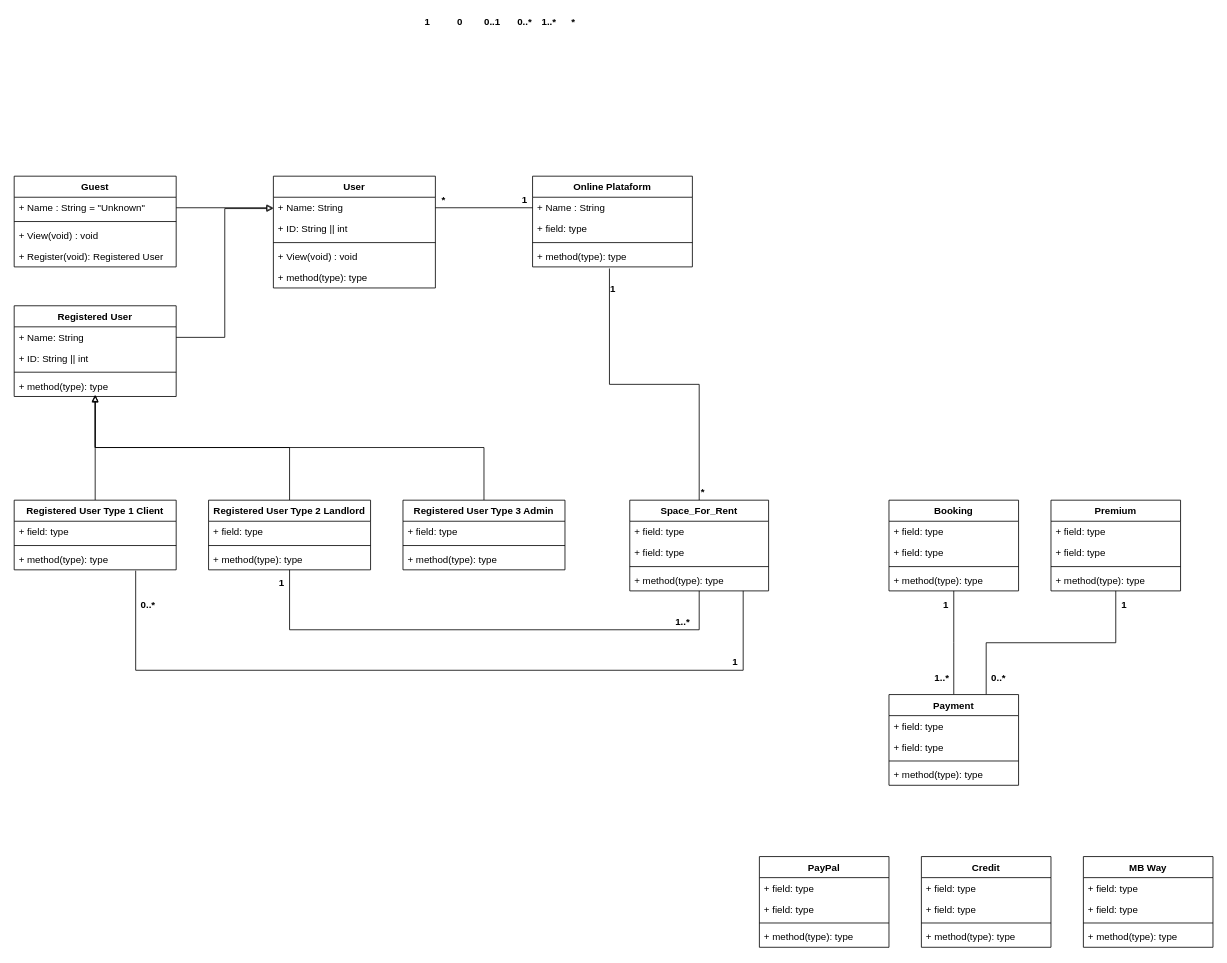
DavidAraujo98/CoworkClub keeps this draw.io diagram as page "Class Diagram" (3 of 3) of documentation/elaboration/models - Copy.drawio. Above is the earlier version. Source tidied: cells renumbered, new cells numbered last; positions are measured from the earlier drawing's top-left corner, leaving out a move shared by most shapes. Both pictures are drawn from the tidied source at 81%, with x=0, y=0 at pixel (14, 14).
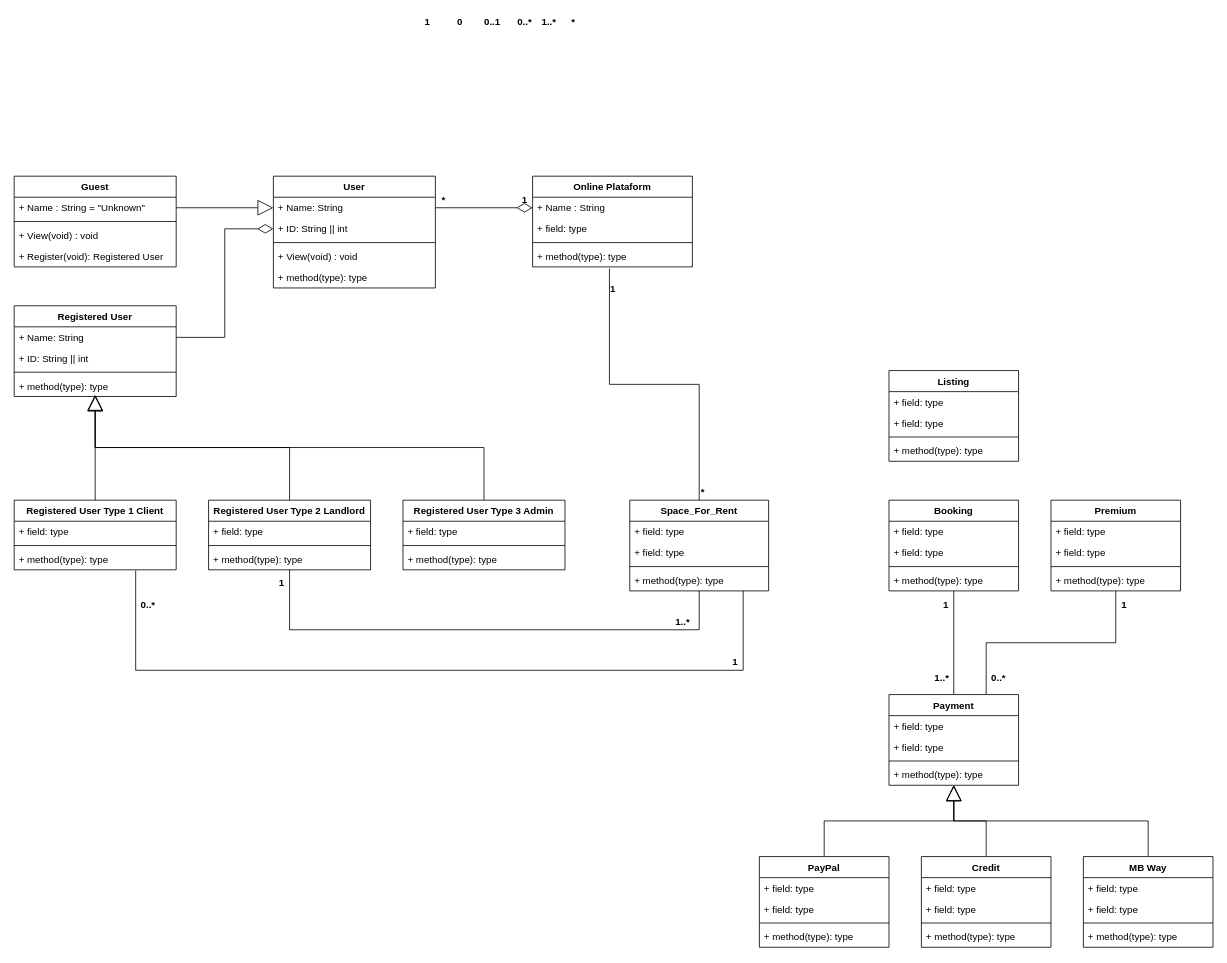
After the change.

The change refers to these unchanged cells:
```xml
<mxCell id="4" value="+ Name: String" style="text;strokeColor=none;fillColor=none;align=left;verticalAlign=top;spacingLeft=4;spacingRight=4;overflow=hidden;points=[[0,0.5],[1,0.5]];portConstraint=eastwest;" parent="3" vertex="1">
  <mxGeometry y="26" width="200" height="26" as="geometry" />
</mxCell>
<mxCell id="5" value="+ ID: String || int" style="text;strokeColor=none;fillColor=none;align=left;verticalAlign=top;spacingLeft=4;spacingRight=4;overflow=hidden;points=[[0,0.5],[1,0.5]];portConstraint=eastwest;" parent="3" vertex="1">
  <mxGeometry y="52" width="200" height="26" as="geometry" />
</mxCell>
<mxCell id="10" value="+ Name : String = &quot;Unknown&quot;" style="text;strokeColor=none;fillColor=none;align=left;verticalAlign=top;spacingLeft=4;spacingRight=4;overflow=hidden;points=[[0,0.5],[1,0.5]];portConstraint=eastwest;" parent="9" vertex="1">
  <mxGeometry y="26" width="200" height="26" as="geometry" />
</mxCell>
<mxCell id="16" value="+ Name: String" style="text;strokeColor=none;fillColor=none;align=left;verticalAlign=top;spacingLeft=4;spacingRight=4;overflow=hidden;points=[[0,0.5],[1,0.5]];portConstraint=eastwest;" parent="15" vertex="1">
  <mxGeometry y="26" width="200" height="26" as="geometry" />
</mxCell>
<mxCell id="19" value="+ method(type): type" style="text;strokeColor=none;fillColor=none;align=left;verticalAlign=top;spacingLeft=4;spacingRight=4;overflow=hidden;points=[[0,0.5],[1,0.5]];portConstraint=eastwest;" parent="15" vertex="1">
  <mxGeometry y="86" width="200" height="26" as="geometry" />
</mxCell>
<mxCell id="21" value="+ Name : String" style="text;strokeColor=none;fillColor=none;align=left;verticalAlign=top;spacingLeft=4;spacingRight=4;overflow=hidden;points=[[0,0.5],[1,0.5]];portConstraint=eastwest;" parent="20" vertex="1">
  <mxGeometry y="26" width="197.3" height="26" as="geometry" />
</mxCell>
<mxCell id="32" value="Registered User Type 1 Client" style="swimlane;fontStyle=1;align=center;verticalAlign=top;horizontal=1;startSize=26;" parent="1" vertex="1">
  <mxGeometry y="600" width="200" height="86" as="geometry" />
</mxCell>
<mxCell id="37" value="Registered User Type 2 Landlord" style="swimlane;fontStyle=1;align=center;verticalAlign=top;horizontal=1;startSize=26;" parent="1" vertex="1">
  <mxGeometry x="240" y="600" width="200" height="86" as="geometry" />
</mxCell>
<mxCell id="42" value="Registered User Type 3 Admin" style="swimlane;fontStyle=1;align=center;verticalAlign=top;horizontal=1;startSize=26;" parent="1" vertex="1">
  <mxGeometry x="480" y="600" width="200" height="86" as="geometry" />
</mxCell>
<mxCell id="52" value="+ method(type): type" style="text;strokeColor=none;fillColor=none;align=left;verticalAlign=top;spacingLeft=4;spacingRight=4;overflow=hidden;points=[[0,0.5],[1,0.5]];portConstraint=eastwest;" parent="48" vertex="1">
  <mxGeometry y="86" width="160" height="26" as="geometry" />
</mxCell>
<mxCell id="85" value="PayPal" style="swimlane;fontStyle=1;align=center;verticalAlign=top;horizontal=1;startSize=26;" parent="1" vertex="1">
  <mxGeometry x="920" y="1040" width="160" height="112" as="geometry" />
</mxCell>
<mxCell id="90" value="Credit" style="swimlane;fontStyle=1;align=center;verticalAlign=top;horizontal=1;startSize=26;" parent="1" vertex="1">
  <mxGeometry x="1120" y="1040" width="160" height="112" as="geometry" />
</mxCell>
<mxCell id="95" value="MB Way" style="swimlane;fontStyle=1;align=center;verticalAlign=top;horizontal=1;startSize=26;" parent="1" vertex="1">
  <mxGeometry x="1320" y="1040" width="160" height="112" as="geometry" />
</mxCell>
```

Change to the diagram source:
```diff
@@
-    <mxCell id="31" style="edgeStyle=elbowEdgeStyle;rounded=0;jettySize=auto;elbow=vertical;html=1;exitX=0.5;exitY=0;exitDx=0;exitDy=0;entryX=0.5;entryY=0.962;entryDx=0;entryDy=0;entryPerimeter=0;endArrow=block;endFill=0;" parent="1" edge="1" source="32" target="19">
+    <mxCell id="31" style="edgeStyle=elbowEdgeStyle;rounded=0;jettySize=auto;elbow=vertical;html=1;exitX=0.5;exitY=0;exitDx=0;exitDy=0;entryX=0.5;entryY=0.962;entryDx=0;entryDy=0;entryPerimeter=0;endArrow=block;endFill=0;endSize=17;" parent="1" edge="1" source="32" target="19">
       <mxGeometry relative="1" as="geometry" />
     </mxCell>
@@
-    <mxCell id="36" style="edgeStyle=elbowEdgeStyle;rounded=0;jettySize=auto;elbow=vertical;html=1;exitX=0.5;exitY=0;exitDx=0;exitDy=0;endArrow=block;endFill=0;" parent="1" edge="1" source="37">
+    <mxCell id="36" style="edgeStyle=elbowEdgeStyle;rounded=0;jettySize=auto;elbow=vertical;html=1;exitX=0.5;exitY=0;exitDx=0;exitDy=0;endArrow=block;endFill=0;endSize=17;" parent="1" edge="1" source="37">
       <mxGeometry relative="1" as="geometry">
         <mxPoint x="100" y="470" as="targetPoint" />
       </mxGeometry>
     </mxCell>
@@
-    <mxCell id="41" style="edgeStyle=elbowEdgeStyle;rounded=0;jettySize=auto;elbow=vertical;html=1;exitX=0.5;exitY=0;exitDx=0;exitDy=0;endArrow=block;endFill=0;" parent="1" edge="1" source="42">
+    <mxCell id="41" style="edgeStyle=elbowEdgeStyle;rounded=0;jettySize=auto;elbow=vertical;html=1;exitX=0.5;exitY=0;exitDx=0;exitDy=0;endArrow=block;endFill=0;endSize=17;" parent="1" edge="1" source="42">
       <mxGeometry relative="1" as="geometry">
         <mxPoint x="100" y="470" as="targetPoint" />
       </mxGeometry>
     </mxCell>
@@
-    <mxCell id="53" style="edgeStyle=orthogonalEdgeStyle;rounded=0;jettySize=auto;html=1;exitX=1;exitY=0.5;exitDx=0;exitDy=0;entryX=0;entryY=0.5;entryDx=0;entryDy=0;endArrow=none;endFill=0;" parent="1" edge="1" source="4" target="21">
+    <mxCell id="53" style="edgeStyle=orthogonalEdgeStyle;rounded=0;jettySize=auto;html=1;exitX=1;exitY=0.5;exitDx=0;exitDy=0;entryX=0;entryY=0.5;entryDx=0;entryDy=0;endArrow=diamondThin;endFill=0;endSize=17;" parent="1" edge="1" source="4" target="21">
       <mxGeometry relative="1" as="geometry" />
     </mxCell>
@@
-    <mxCell id="62" style="edgeStyle=orthogonalEdgeStyle;rounded=0;jettySize=auto;html=1;exitX=1;exitY=0.5;exitDx=0;exitDy=0;entryX=0;entryY=0.5;entryDx=0;entryDy=0;endArrow=block;endFill=0;" parent="1" edge="1" source="10" target="4">
+    <mxCell id="62" style="edgeStyle=orthogonalEdgeStyle;rounded=0;jettySize=auto;html=1;exitX=1;exitY=0.5;exitDx=0;exitDy=0;entryX=0;entryY=0.5;entryDx=0;entryDy=0;endArrow=block;endFill=0;endSize=17;" parent="1" edge="1" source="10" target="4">
       <mxGeometry relative="1" as="geometry" />
     </mxCell>
-    <mxCell id="63" style="edgeStyle=elbowEdgeStyle;rounded=0;jettySize=auto;html=1;exitX=1;exitY=0.5;exitDx=0;exitDy=0;endArrow=block;endFill=0;" parent="1" edge="1" source="16">
-      <mxGeometry relative="1" as="geometry">
-        <mxPoint x="320" y="240" as="targetPoint" />
-      </mxGeometry>
+    <mxCell id="63" style="edgeStyle=elbowEdgeStyle;rounded=0;jettySize=auto;html=1;exitX=1;exitY=0.5;exitDx=0;exitDy=0;endArrow=diamondThin;endFill=0;entryX=0;entryY=0.5;entryDx=0;entryDy=0;endSize=17;" parent="1" edge="1" source="16" target="5">
+      <mxGeometry relative="1" as="geometry" />
     </mxCell>
@@
+    <mxCell id="100" style="edgeStyle=elbowEdgeStyle;rounded=0;jettySize=auto;elbow=vertical;html=1;exitX=0.5;exitY=0;exitDx=0;exitDy=0;endArrow=block;endFill=0;endSize=17;" parent="1" edge="1" source="85" target="52">
+      <mxGeometry relative="1" as="geometry" />
+    </mxCell>
@@
+    <mxCell id="101" style="edgeStyle=elbowEdgeStyle;rounded=0;jettySize=auto;elbow=vertical;html=1;exitX=0.5;exitY=0;exitDx=0;exitDy=0;endArrow=block;endFill=0;endSize=17;" parent="1" edge="1" source="90" target="52">
+      <mxGeometry relative="1" as="geometry" />
+    </mxCell>
@@
+    <mxCell id="102" style="edgeStyle=elbowEdgeStyle;rounded=0;jettySize=auto;elbow=vertical;html=1;exitX=0.5;exitY=0;exitDx=0;exitDy=0;endArrow=block;endFill=0;endSize=17;" parent="1" edge="1" source="95" target="52">
+      <mxGeometry relative="1" as="geometry" />
+    </mxCell>
@@
+    <mxCell id="103" value="Listing" style="swimlane;fontStyle=1;align=center;verticalAlign=top;horizontal=1;startSize=26;" parent="1" vertex="1">
+      <mxGeometry x="1080" y="440" width="160" height="112" as="geometry" />
+    </mxCell>
+    <mxCell id="104" value="+ field: type" style="text;strokeColor=none;fillColor=none;align=left;verticalAlign=top;spacingLeft=4;spacingRight=4;overflow=hidden;" parent="103" vertex="1">
+      <mxGeometry y="26" width="160" height="26" as="geometry" />
+    </mxCell>
+    <mxCell id="105" value="+ field: type" style="text;strokeColor=none;fillColor=none;align=left;verticalAlign=top;spacingLeft=4;spacingRight=4;overflow=hidden;" parent="103" vertex="1">
+      <mxGeometry y="52" width="160" height="26" as="geometry" />
+    </mxCell>
+    <mxCell id="106" style="line;strokeWidth=1;fillColor=none;align=left;verticalAlign=middle;spacingTop=-1;spacingLeft=3;spacingRight=3;labelPosition=right;" parent="103" vertex="1">
+      <mxGeometry y="78" width="160" height="8" as="geometry" />
+    </mxCell>
+    <mxCell id="107" value="+ method(type): type" style="text;strokeColor=none;fillColor=none;align=left;verticalAlign=top;spacingLeft=4;spacingRight=4;overflow=hidden;" parent="103" vertex="1">
+      <mxGeometry y="86" width="160" height="26" as="geometry" />
+    </mxCell>
```
